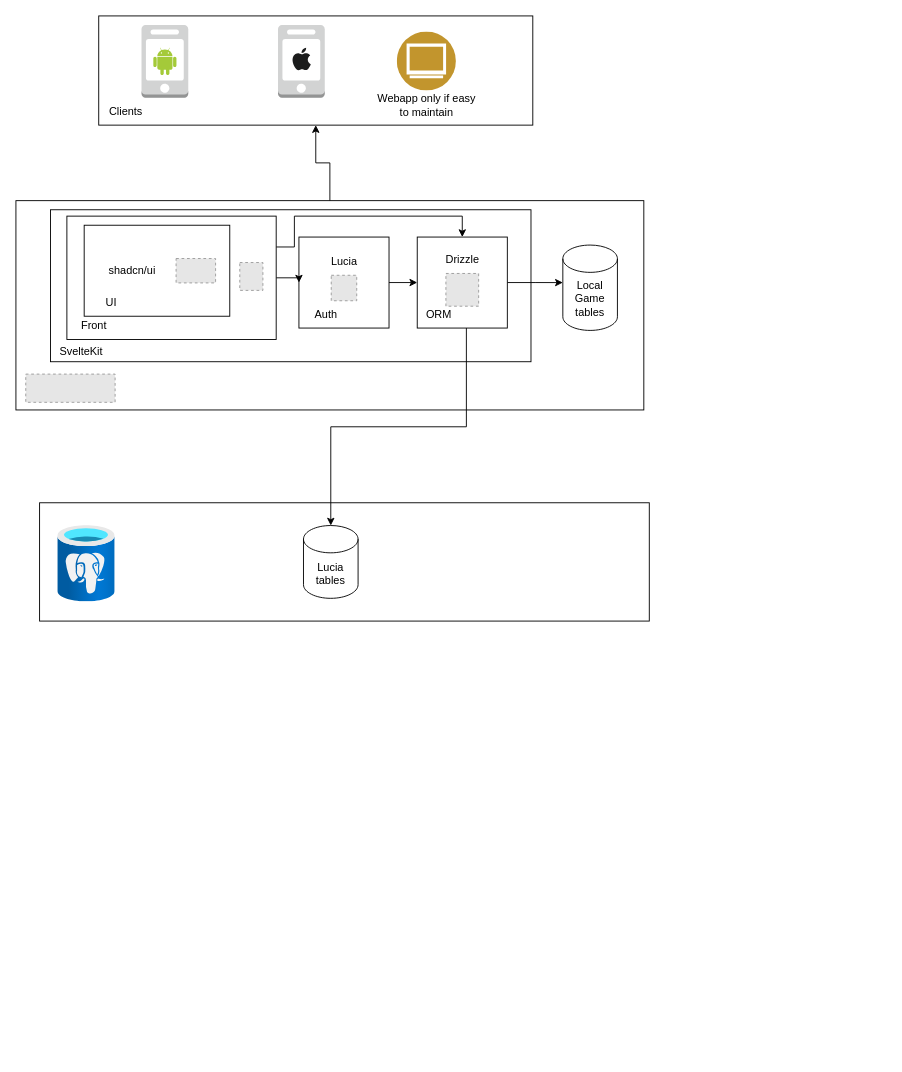
The draw.io diagram flash-invaders-v2.drawio in IT-ess/flash-invaders-v2, before the edit. Source tidied: cells renumbered, new cells numbered last; positions are measured from the earlier drawing's top-left corner, leaving out a move shared by most shapes. Both pictures are drawn from the tidied source at 91%, with x=0, y=0 at pixel (15, 15). Pictures stored in the file or linked from it are replaced by grey dashed boxes.
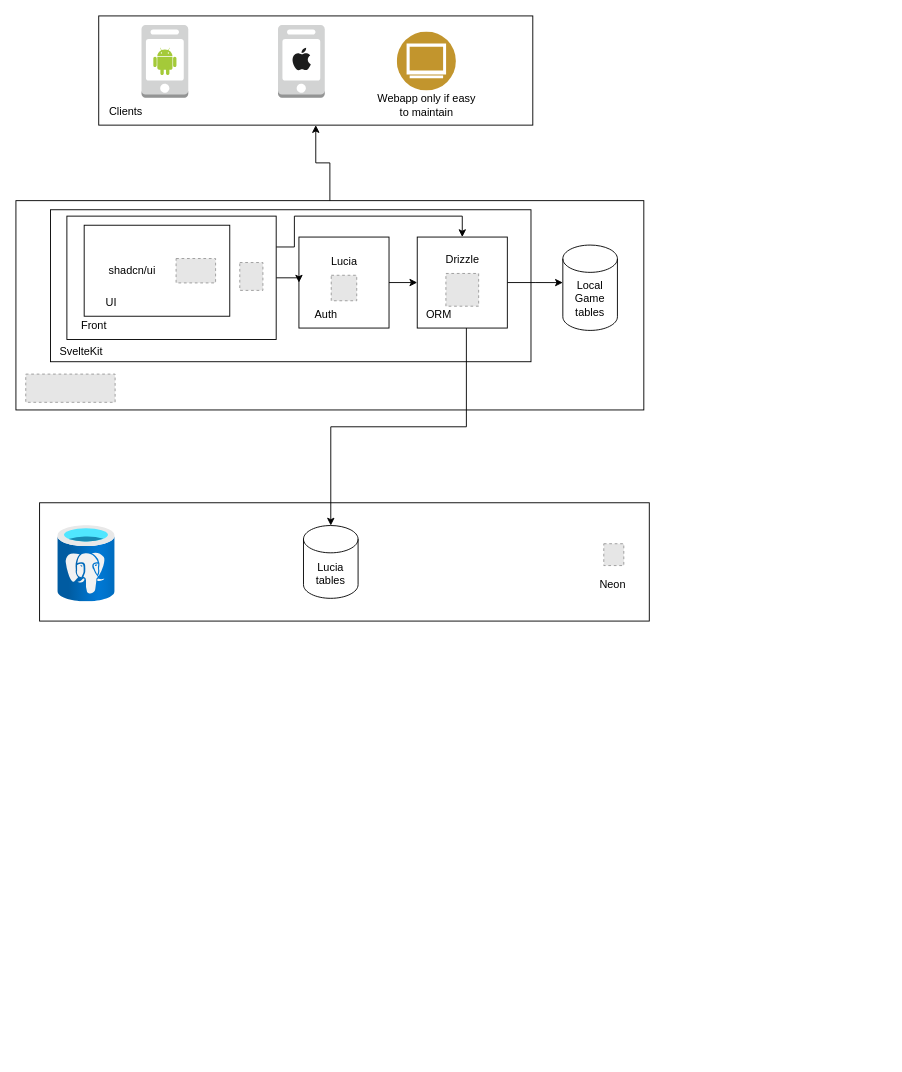
The same page after the edit.

Unchanged cells that the change refers to:
```xml
<mxCell id="3" style="group;" parent="1" vertex="1">
  <mxGeometry y="203" width="955.7" height="940" as="geometry" />
</mxCell>
```

The edit, as a diff of the source:
```diff
@@
+    <mxCell id="43" style="fillColor=#E6E6E6;strokeColor=#999999;dashed=1;verticalLabelPosition=bottom;labelBackgroundColor=default;verticalAlign=top;" parent="3" vertex="1">
+      <mxGeometry x="646" y="377" width="22" height="24" as="geometry" />
+    </mxCell>
@@
+    <mxCell id="44" value="Neon" style="text;html=1;strokeColor=none;fillColor=none;align=center;verticalAlign=middle;whiteSpace=wrap;rounded=0;" parent="1" vertex="1">
+      <mxGeometry x="626" y="610" width="60" height="30" as="geometry" />
+    </mxCell>
```
